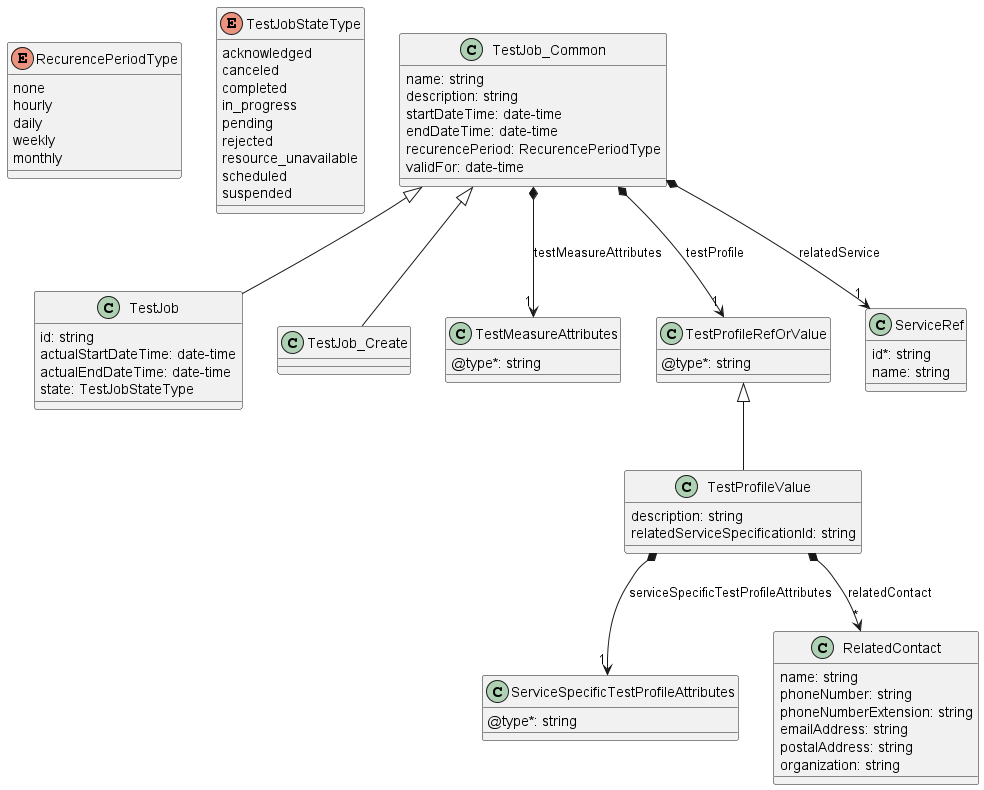
This is documentation/serviceApi/sft/serviceTest/media/testJobWithoutTestProfileModel.png from MEF-GIT/MEF-LSO-Legato-SDK, a PlantUML export, as it was before one commit. Its diagram source:
```plantuml
@startuml testJobWithoutTestProfileModel

enum RecurencePeriodType {
    none
    hourly
    daily
    weekly
    monthly
}
enum TestJobStateType{
    acknowledged
    canceled
    completed
    in_progress
    pending
    rejected
    resource_unavailable
    scheduled
    suspended
}

class TestJob_Common {
    name: string
    description: string
    startDateTime: date-time
    endDateTime: date-time
    recurencePeriod: RecurencePeriodType
    validFor: date-time
}
class TestJob {
    id: string
    actualStartDateTime: date-time
    actualEndDateTime: date-time
    state: TestJobStateType
}
class TestJob_Create {

}
class TestMeasureAttributes {
    @type*: string
}
class TestProfileRefOrValue {
    @type*: string
}
class ServiceRef {
    id*: string
    name: string
}
class TestProfileValue {

    description: string
    relatedServiceSpecificationId: string
}
class ServiceSpecificTestProfileAttributes {
    @type*: string
}
class RelatedContact {

    name: string
    phoneNumber: string
    phoneNumberExtension: string
    emailAddress: string
    postalAddress: string
    organization: string
}


TestJob_Common <|-- TestJob
TestJob_Common <|-- TestJob_Create
TestJob_Common *-->"1" ServiceRef : relatedService
TestJob_Common *-->"1" TestProfileRefOrValue : testProfile
TestJob_Common *-->"1" TestMeasureAttributes : testMeasureAttributes
TestProfileRefOrValue <|-- TestProfileValue
TestProfileValue *-->"1" ServiceSpecificTestProfileAttributes : serviceSpecificTestProfileAttributes
TestProfileValue *-->"*" RelatedContact : relatedContact

@enduml
```
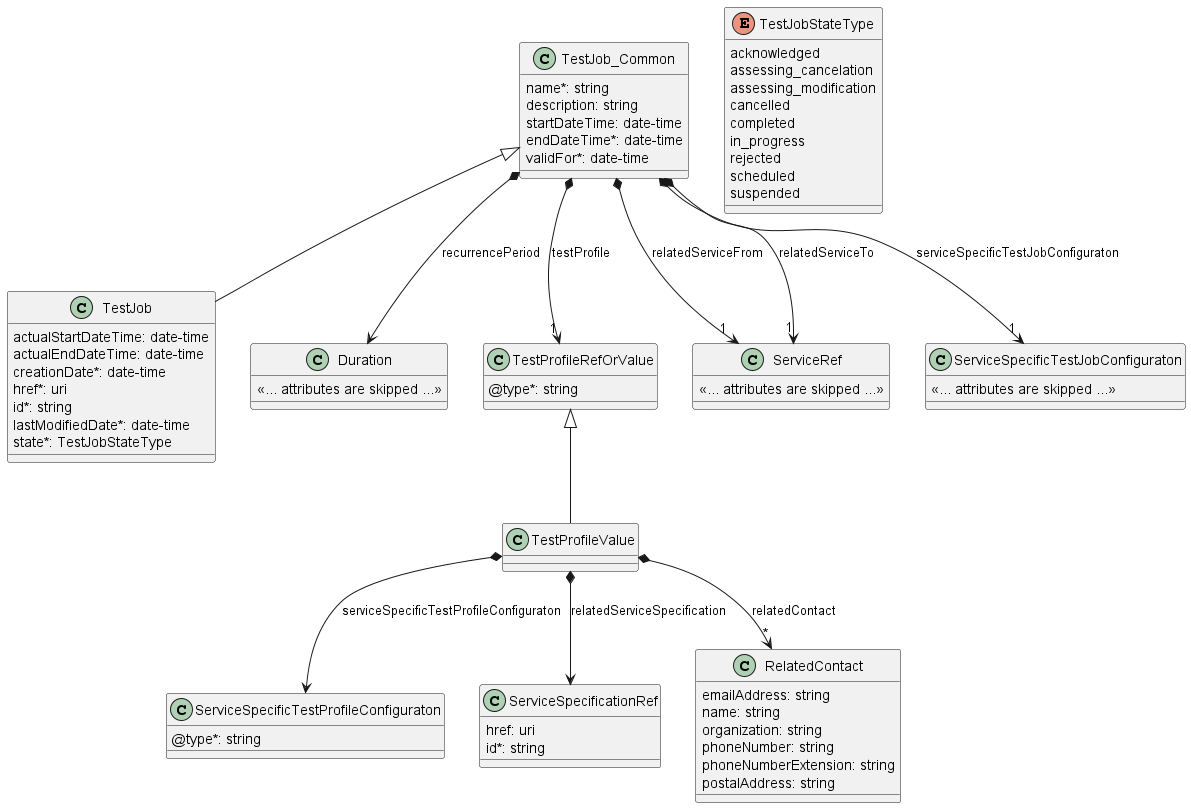
After the commit.

What changed in the source:
```diff
@@ -1,77 +1,85 @@
 @startuml testJobWithoutTestProfileModel
 
-enum RecurencePeriodType {
-    none
-    hourly
-    daily
-    weekly
-    monthly
+class TestJob_Common {
+
+    name*: string
+    description: string
+    startDateTime: date-time
+    endDateTime*: date-time
+    validFor*: date-time
 }
-enum TestJobStateType{
+
+class TestJob {
+
+    actualStartDateTime: date-time
+    actualEndDateTime: date-time
+    creationDate*: date-time
+    href*: uri
+    id*: string
+    lastModifiedDate*: date-time
+    state*: TestJobStateType
+}
+TestJob_Common <|-- TestJob
+
+enum TestJobStateType {
+
     acknowledged
-    canceled
+    assessing_cancelation
+    assessing_modification
+    cancelled
     completed
     in_progress
-    pending
     rejected
-    resource_unavailable
     scheduled
     suspended
 }
 
-class TestJob_Common {
-    name: string
-    description: string
-    startDateTime: date-time
-    endDateTime: date-time
-    recurencePeriod: RecurencePeriodType
-    validFor: date-time
+
+TestJob_Common *--> Duration : recurrencePeriod
+TestJob_Common *-->"1" TestProfileRefOrValue : testProfile
+TestJob_Common *-->"1" ServiceRef : relatedServiceFrom
+TestJob_Common *-->"1" ServiceRef : relatedServiceTo
+TestJob_Common *-->"1" ServiceSpecificTestJobConfiguraton : serviceSpecificTestJobConfiguraton
+
+class ServiceSpecificTestJobConfiguraton {
+    <<... attributes are skipped ...>>
 }
-class TestJob {
-    id: string
-    actualStartDateTime: date-time
-    actualEndDateTime: date-time
-    state: TestJobStateType
+
+class Duration {
+
+    <<... attributes are skipped ...>>
 }
-class TestJob_Create {
 
-}
-class TestMeasureAttributes {
+class TestProfileRefOrValue {
+
     @type*: string
 }
-class TestProfileRefOrValue {
+
+TestProfileRefOrValue <|-- TestProfileValue
+
+TestProfileValue *--> ServiceSpecificTestProfileConfiguraton : serviceSpecificTestProfileConfiguraton
+TestProfileValue *--> ServiceSpecificationRef : relatedServiceSpecification
+TestProfileValue *-->"*" RelatedContact : relatedContact
+
+class ServiceSpecificTestProfileConfiguraton {
     @type*: string
 }
-class ServiceRef {
+class ServiceSpecificationRef {
+    href: uri
     id*: string
+}
+
+class RelatedContact {
+    emailAddress: string
     name: string
-}
-class TestProfileValue {
-
-    description: string
-    relatedServiceSpecificationId: string
-}
-class ServiceSpecificTestProfileAttributes {
-    @type*: string
-}
-class RelatedContact {
-
-    name: string
+    organization: string
     phoneNumber: string
     phoneNumberExtension: string
-    emailAddress: string
     postalAddress: string
-    organization: string
 }
 
+class ServiceRef {
 
-TestJob_Common <|-- TestJob
-TestJob_Common <|-- TestJob_Create
-TestJob_Common *-->"1" ServiceRef : relatedService
-TestJob_Common *-->"1" TestProfileRefOrValue : testProfile
-TestJob_Common *-->"1" TestMeasureAttributes : testMeasureAttributes
-TestProfileRefOrValue <|-- TestProfileValue
-TestProfileValue *-->"1" ServiceSpecificTestProfileAttributes : serviceSpecificTestProfileAttributes
-TestProfileValue *-->"*" RelatedContact : relatedContact
-
+<<... attributes are skipped ...>>
+}
 @enduml
```
